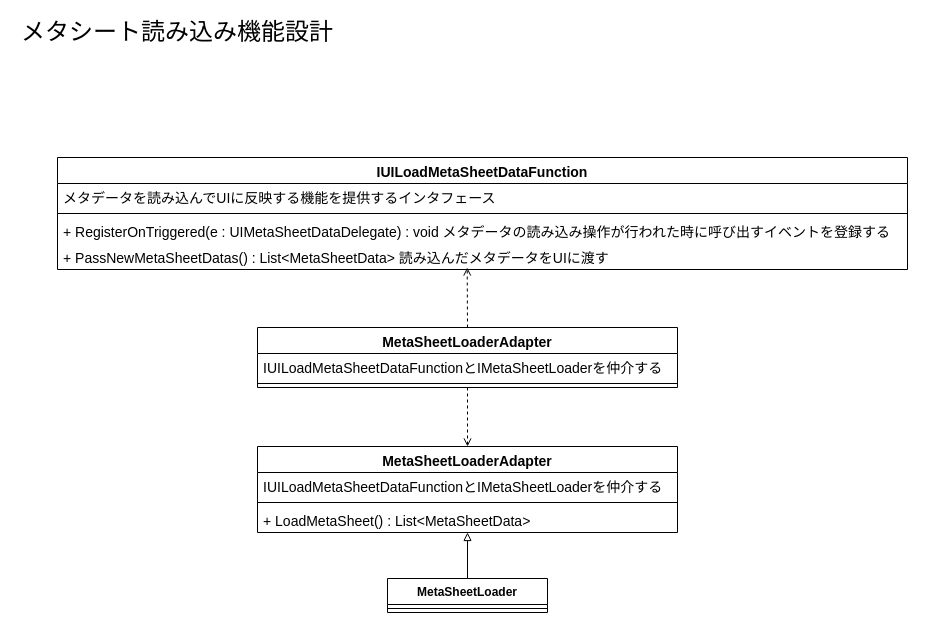
The draw.io diagram Designs/メタシート読み込み機能設計.drawio in Dumble009/GoogleDriveDownloader, before the edit. Source tidied: cells renumbered, new cells numbered last; positions are measured from the earlier drawing's top-left corner, leaving out a move shared by most shapes. Both pictures are drawn from the tidied source at 100%, with x=0, y=0 at pixel (17, 17).
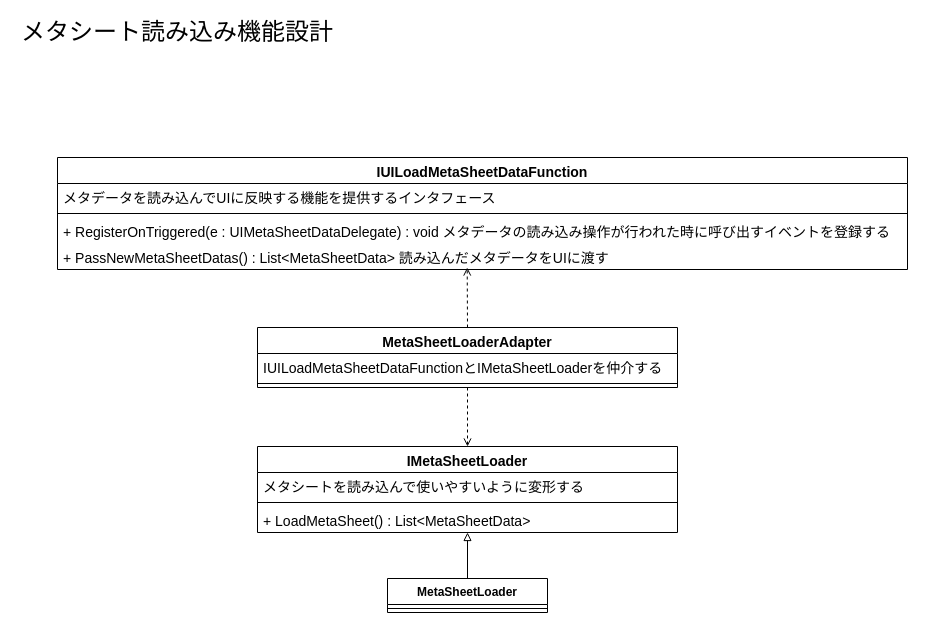
After the change.

Commit message (it also covers changes not shown here):
設計中のIMetaSheetLoaderの説明が間違っていたので修正

Change to the diagram source:
```diff
@@
-    <mxCell id="16" value="MetaSheetLoaderAdapter" style="swimlane;fontStyle=1;align=center;verticalAlign=top;horizontal=1;startSize=26;fontSize=14;" parent="1" vertex="1">
+    <mxCell id="16" value="IMetaSheetLoader" style="swimlane;fontStyle=1;align=center;verticalAlign=top;horizontal=1;startSize=26;fontSize=14;" parent="1" vertex="1">
       <mxGeometry x="240" y="429" width="420" height="86" as="geometry" />
     </mxCell>
-    <mxCell id="17" value="IUILoadMetaSheetDataFunctionとIMetaSheetLoaderを仲介する" style="text;strokeColor=none;fillColor=none;align=left;verticalAlign=top;spacingLeft=4;spacingRight=4;overflow=hidden;fontSize=14;" parent="16" vertex="1">
+    <mxCell id="17" value="メタシートを読み込んで使いやすいように変形する" style="text;strokeColor=none;fillColor=none;align=left;verticalAlign=top;spacingLeft=4;spacingRight=4;overflow=hidden;fontSize=14;" parent="16" vertex="1">
       <mxGeometry y="26" width="420" height="26" as="geometry" />
     </mxCell>
```
